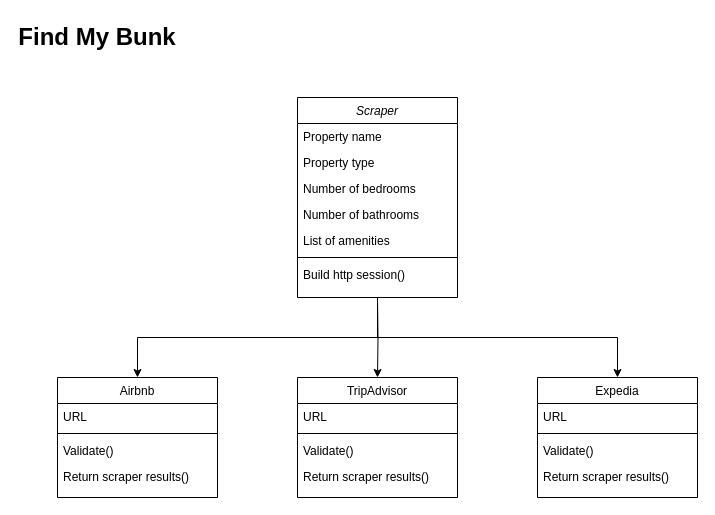
Above: Untitled Diagram.drawio in rwestwater/find-my-bunk (draw.io), before the change. Source tidied: cells renumbered, new cells numbered last; positions are measured from the earlier drawing's top-left corner, leaving out a move shared by most shapes. Both pictures are drawn from the tidied source at 100%, with x=0, y=0 at pixel (17, 17).
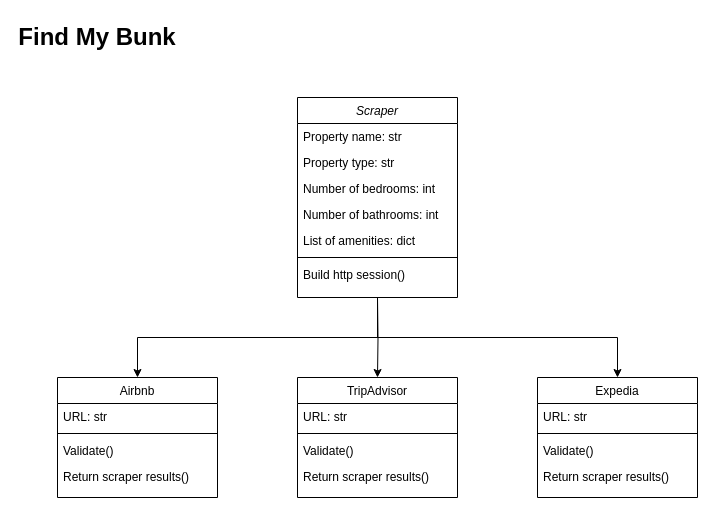
Above is the later version.

Commit message:
adding expected types to vars

The change refers to these unchanged cells:
```xml
<mxCell id="5" value="Scraper" style="swimlane;fontStyle=2;align=center;verticalAlign=top;horizontal=1;startSize=26;rounded=0;shadow=0;strokeWidth=1;" parent="1" vertex="1">
  <mxGeometry x="280" y="80" width="160" height="200" as="geometry" />
</mxCell>
<mxCell id="13" value="TripAdvisor" style="swimlane;fontStyle=0;align=center;verticalAlign=top;horizontal=1;startSize=26;rounded=0;shadow=0;strokeWidth=1;" parent="1" vertex="1">
  <mxGeometry x="280" y="360" width="160" height="120" as="geometry" />
</mxCell>
<mxCell id="18" value="Airbnb" style="swimlane;fontStyle=0;align=center;verticalAlign=top;horizontal=1;startSize=26;rounded=0;shadow=0;strokeWidth=1;" parent="1" vertex="1">
  <mxGeometry x="40" y="360" width="160" height="120" as="geometry" />
</mxCell>
<mxCell id="23" value="Expedia" style="swimlane;fontStyle=0;align=center;verticalAlign=top;horizontal=1;startSize=26;rounded=0;shadow=0;strokeWidth=1;" parent="1" vertex="1">
  <mxGeometry x="520" y="360" width="160" height="120" as="geometry" />
</mxCell>
```

What changed in the source:
```diff
@@
-    <mxCell id="6" value="Property name" style="text;align=left;verticalAlign=top;spacingLeft=4;spacingRight=4;overflow=hidden;rounded=0;shadow=0;html=0;" parent="5" vertex="1">
+    <mxCell id="6" value="Property name: str" style="text;align=left;verticalAlign=top;spacingLeft=4;spacingRight=4;overflow=hidden;rounded=0;shadow=0;html=0;" parent="5" vertex="1">
       <mxGeometry y="26" width="160" height="26" as="geometry" />
     </mxCell>
-    <mxCell id="7" value="Property type" style="text;align=left;verticalAlign=top;spacingLeft=4;spacingRight=4;overflow=hidden;rounded=0;shadow=0;html=0;" parent="5" vertex="1">
+    <mxCell id="7" value="Property type: str" style="text;align=left;verticalAlign=top;spacingLeft=4;spacingRight=4;overflow=hidden;rounded=0;shadow=0;html=0;" parent="5" vertex="1">
       <mxGeometry y="52" width="160" height="26" as="geometry" />
     </mxCell>
-    <mxCell id="8" value="Number of bedrooms&#10;&#10;" style="text;align=left;verticalAlign=top;spacingLeft=4;spacingRight=4;overflow=hidden;rounded=0;shadow=0;html=0;" parent="5" vertex="1">
+    <mxCell id="8" value="Number of bedrooms: int" style="text;align=left;verticalAlign=top;spacingLeft=4;spacingRight=4;overflow=hidden;rounded=0;shadow=0;html=0;" parent="5" vertex="1">
       <mxGeometry y="78" width="160" height="26" as="geometry" />
     </mxCell>
-    <mxCell id="9" value="Number of bathrooms&#10;&#10;" style="text;align=left;verticalAlign=top;spacingLeft=4;spacingRight=4;overflow=hidden;rounded=0;shadow=0;html=0;" parent="5" vertex="1">
+    <mxCell id="9" value="Number of bathrooms: int" style="text;align=left;verticalAlign=top;spacingLeft=4;spacingRight=4;overflow=hidden;rounded=0;shadow=0;html=0;" parent="5" vertex="1">
       <mxGeometry y="104" width="160" height="26" as="geometry" />
     </mxCell>
-    <mxCell id="10" value="List of amenities&#10;" style="text;align=left;verticalAlign=top;spacingLeft=4;spacingRight=4;overflow=hidden;rounded=0;shadow=0;html=0;" parent="5" vertex="1">
+    <mxCell id="10" value="List of amenities: dict" style="text;align=left;verticalAlign=top;spacingLeft=4;spacingRight=4;overflow=hidden;rounded=0;shadow=0;html=0;" parent="5" vertex="1">
       <mxGeometry y="130" width="160" height="26" as="geometry" />
     </mxCell>
@@
-    <mxCell id="14" value="URL" style="text;align=left;verticalAlign=top;spacingLeft=4;spacingRight=4;overflow=hidden;rounded=0;shadow=0;html=0;" parent="13" vertex="1">
+    <mxCell id="14" value="URL: str" style="text;align=left;verticalAlign=top;spacingLeft=4;spacingRight=4;overflow=hidden;rounded=0;shadow=0;html=0;" parent="13" vertex="1">
       <mxGeometry y="26" width="160" height="26" as="geometry" />
     </mxCell>
@@
-    <mxCell id="19" value="URL" style="text;align=left;verticalAlign=top;spacingLeft=4;spacingRight=4;overflow=hidden;" parent="18" vertex="1">
+    <mxCell id="19" value="URL: str" style="text;align=left;verticalAlign=top;spacingLeft=4;spacingRight=4;overflow=hidden;" parent="18" vertex="1">
       <mxGeometry y="26" width="160" height="26" as="geometry" />
     </mxCell>
@@
-    <mxCell id="24" value="URL" style="text;align=left;verticalAlign=top;spacingLeft=4;spacingRight=4;overflow=hidden;rounded=0;shadow=0;html=0;" parent="23" vertex="1">
+    <mxCell id="24" value="URL: str" style="text;align=left;verticalAlign=top;spacingLeft=4;spacingRight=4;overflow=hidden;rounded=0;shadow=0;html=0;" parent="23" vertex="1">
       <mxGeometry y="26" width="160" height="26" as="geometry" />
     </mxCell>
```
